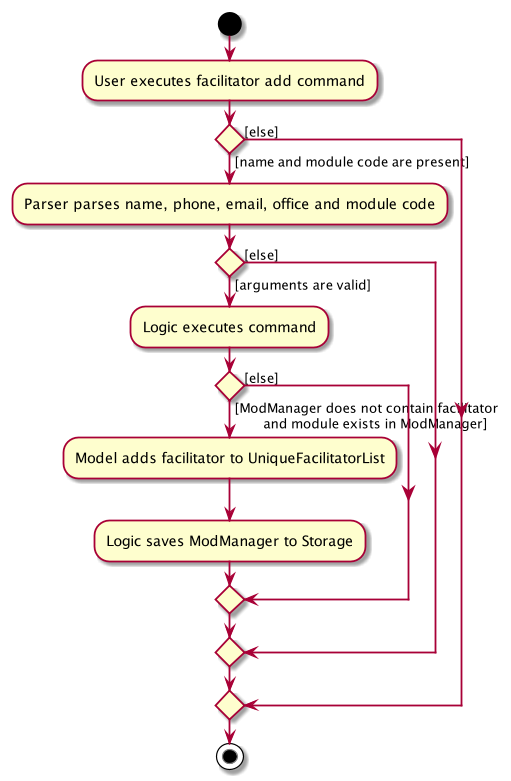
Earlier version of the PlantUML export docs/images/FacilitatorAddActivityDiagram.png (zixinn/main).
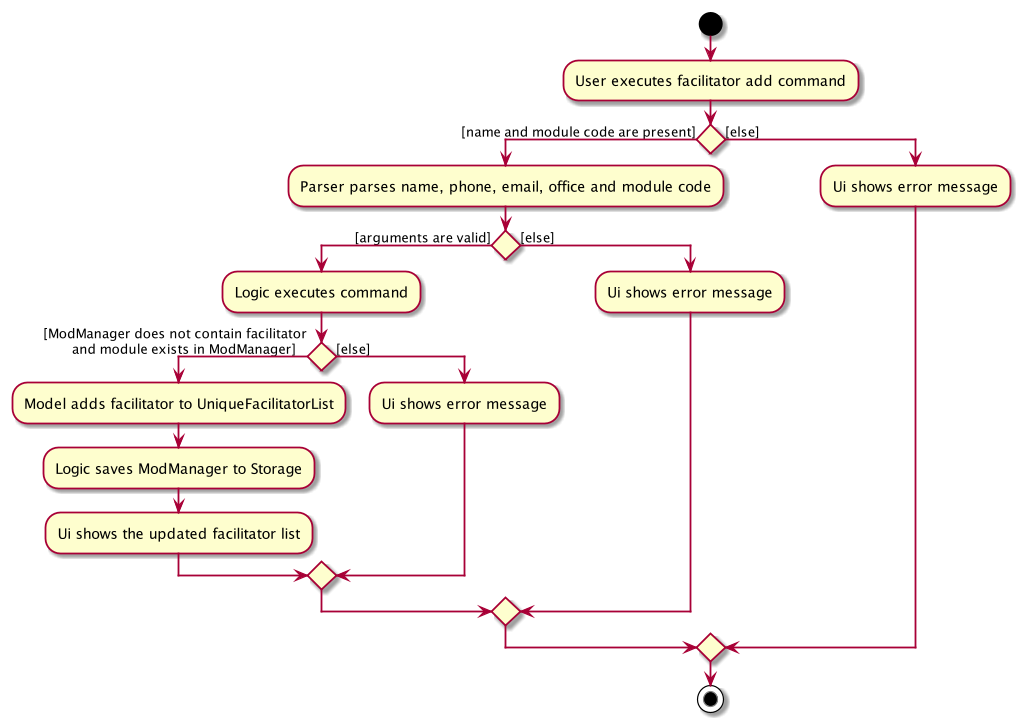
Above is the later version.

Diff of the diagram source:
```diff
@@ -9,11 +9,15 @@
         and module exists in ModManager])
             :Model adds facilitator to UniqueFacilitatorList;
             :Logic saves ModManager to Storage;
+            :Ui shows the updated facilitator list;
         else ([else])
+            :Ui shows error message;
         endif
     else ([else])
+        :Ui shows error message;
     endif
 else([else])
+    :Ui shows error message;
 endif
 stop
 @enduml
```
